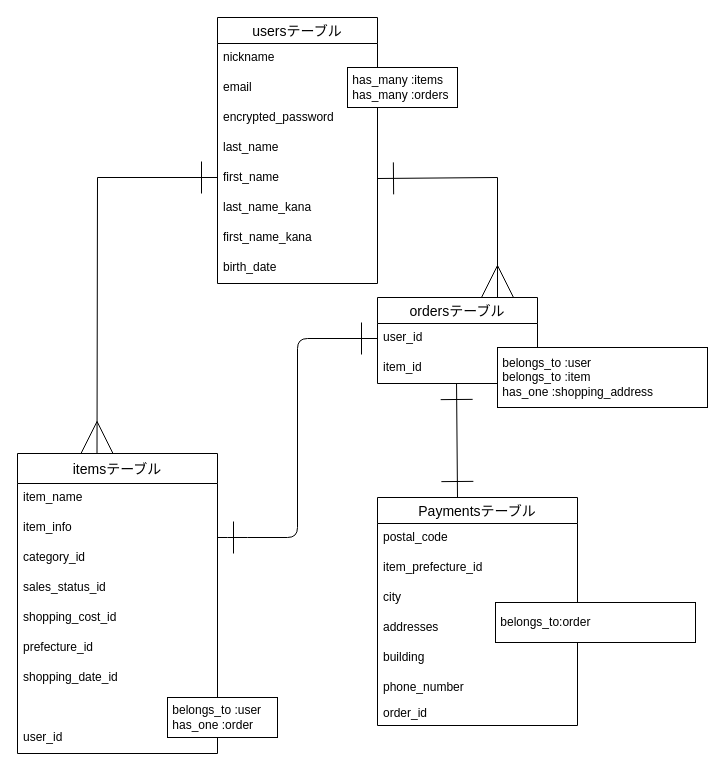
Before: furima.dio in aki3100/furima-39009, a draw.io diagram. Source tidied: cells renumbered, new cells numbered last; positions are measured from the earlier drawing's top-left corner, leaving out a move shared by most shapes. Both pictures are drawn from the tidied source at 100%, with x=0, y=0 at pixel (17, 17).
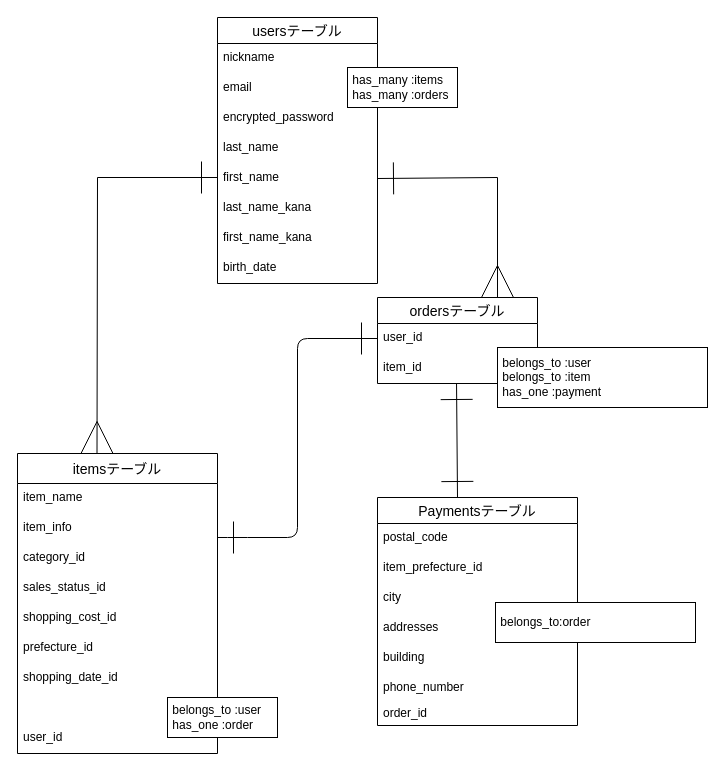
The same diagram, later.

The edit, as a diff of the source:
```diff
@@
-    <mxCell id="38" value="&amp;nbsp;belongs_to :user&lt;br&gt;&amp;nbsp;belongs_to&amp;nbsp;:item&lt;br&gt;&amp;nbsp;has_one :&lt;span style=&quot;text-align: center;&quot;&gt;&lt;font style=&quot;font-size: 12px;&quot;&gt;shopping_address&lt;/font&gt;&lt;/span&gt;" style="whiteSpace=wrap;html=1;align=left;" parent="1" vertex="1">
+    <mxCell id="38" value="&amp;nbsp;belongs_to :user&lt;br&gt;&amp;nbsp;belongs_to&amp;nbsp;:item&lt;br&gt;&lt;div style=&quot;text-align: center;&quot;&gt;&lt;span style=&quot;background-color: initial;&quot;&gt;&amp;nbsp;has_one :payment&lt;/span&gt;&lt;/div&gt;" style="whiteSpace=wrap;html=1;align=left;" parent="1" vertex="1">
       <mxGeometry x="480" y="330" width="210" height="60" as="geometry" />
     </mxCell>
```
